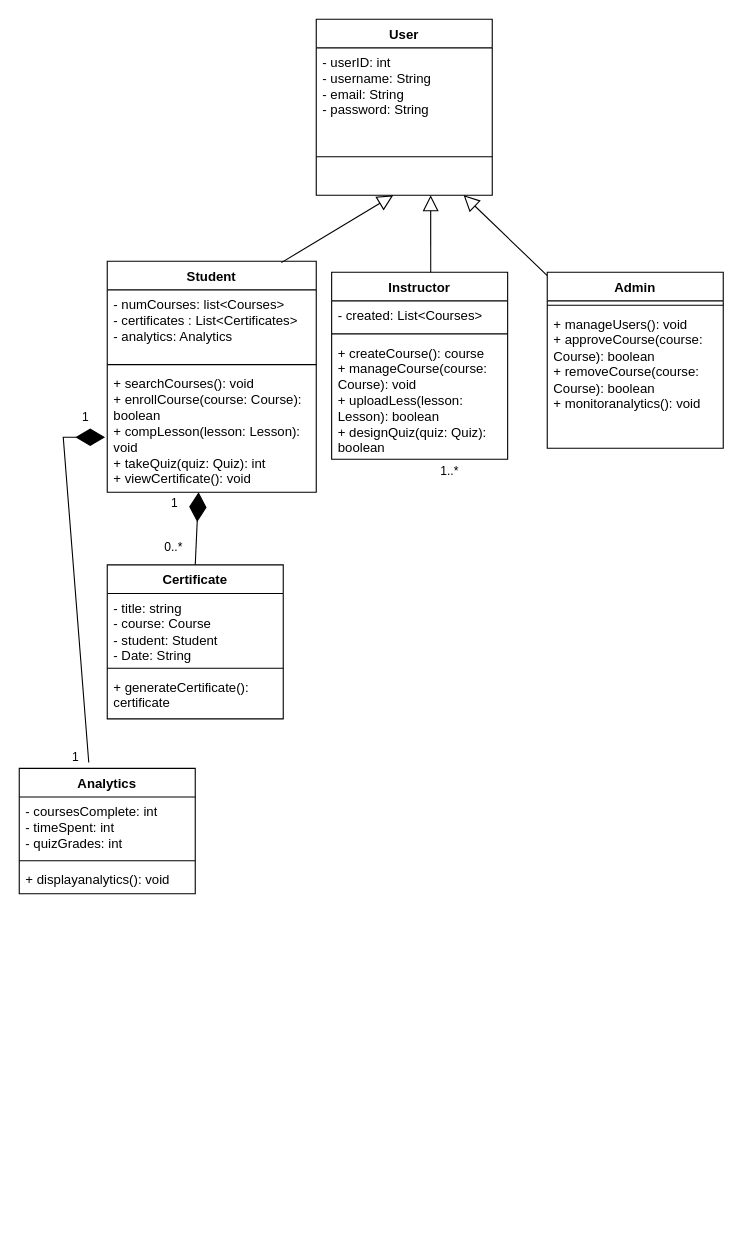
Above: Untitled Diagram.drawio in adhambasha1155/Uml (draw.io), before the change. Source tidied: cells renumbered, new cells numbered last; positions are measured from the earlier drawing's top-left corner, leaving out a move shared by most shapes. Both pictures are drawn from the tidied source at 110%, with x=0, y=0 at pixel (19, 19).
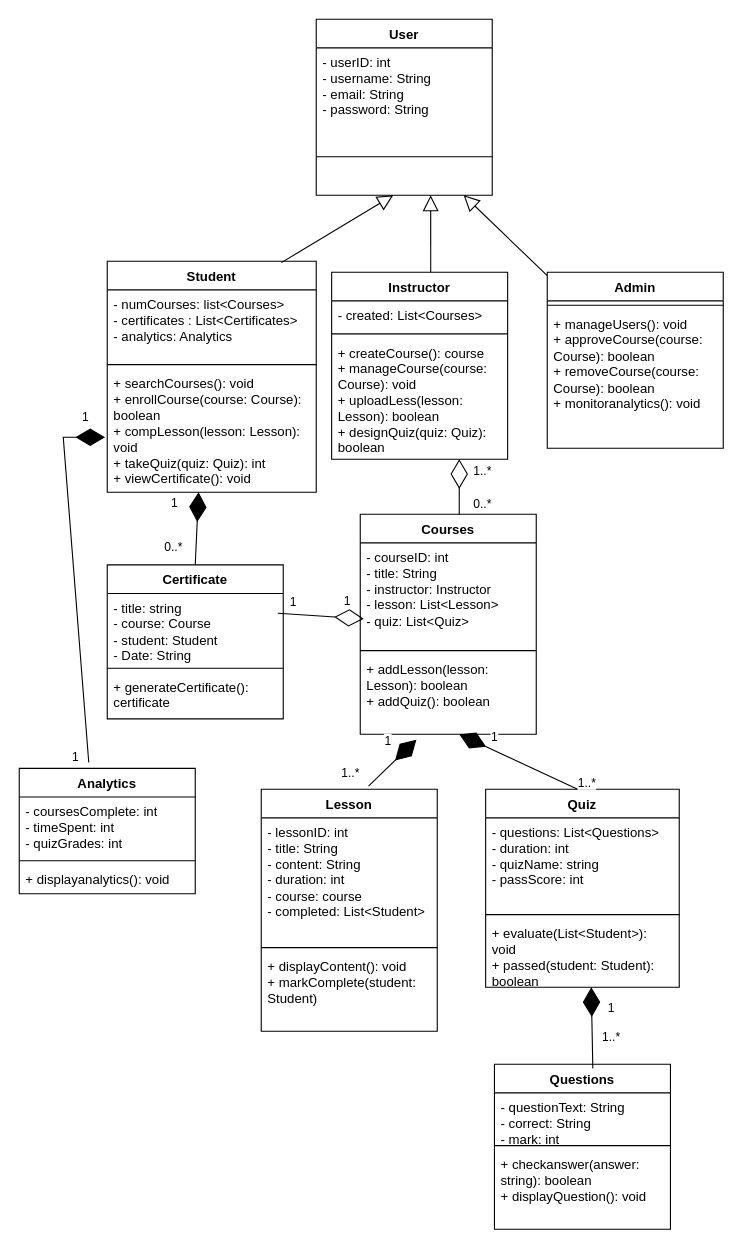
Above is the later version.

What changed in the source:
```diff
@@
-    <mxCell id="20" value="1..*" style="edgeLabel;html=1;align=center;verticalAlign=middle;" parent="1" vertex="1">
-      <mxGeometry x="390" y="410" as="geometry" />
-    </mxCell>
@@
+    <mxCell id="35" value="Courses" style="swimlane;fontStyle=1;align=center;verticalAlign=top;horizontal=1;startSize=26;whiteSpace=wrap;html=1;" parent="1" vertex="1">
+      <mxGeometry x="310" y="450" width="160" height="200" as="geometry" />
+    </mxCell>
+    <mxCell id="36" value="- courseID: int&lt;div&gt;- title: String&lt;/div&gt;&lt;div&gt;- instructor: Instructor&lt;/div&gt;&lt;div&gt;- lesson: List&amp;lt;Lesson&amp;gt;&lt;/div&gt;&lt;div&gt;- quiz: List&amp;lt;Quiz&amp;gt;&lt;/div&gt;" style="text;strokeColor=none;fillColor=none;align=left;verticalAlign=top;spacingLeft=4;spacingRight=4;overflow=hidden;points=[[0,0.5],[1,0.5]];portConstraint=eastwest;whiteSpace=wrap;html=1;" parent="35" vertex="1">
+      <mxGeometry y="26" width="160" height="94" as="geometry" />
+    </mxCell>
+    <mxCell id="37" style="line;strokeWidth=1;fillColor=none;align=left;verticalAlign=middle;spacingTop=-1;spacingLeft=3;spacingRight=3;labelPosition=right;strokeColor=inherit;" parent="35" vertex="1">
+      <mxGeometry y="120" width="160" height="8" as="geometry" />
+    </mxCell>
+    <mxCell id="38" value="+ addLesson(lesson: Lesson): boolean&lt;div&gt;+ addQuiz(): boolean&lt;/div&gt;" style="text;strokeColor=none;fillColor=none;align=left;verticalAlign=top;spacingLeft=4;spacingRight=4;overflow=hidden;whiteSpace=wrap;html=1;" parent="35" vertex="1">
+      <mxGeometry y="128" width="160" height="72" as="geometry" />
+    </mxCell>
+    <mxCell id="39" style="endArrow=diamondThin;endFill=0;endSize=24;html=1;rounded=0;" parent="35" edge="1">
+      <mxGeometry relative="1" as="geometry">
+        <mxPoint x="90" as="sourcePoint" />
+        <mxPoint x="90" y="-50" as="targetPoint" />
+      </mxGeometry>
+    </mxCell>
+    <mxCell id="40" value="1..*" style="edgeLabel;html=1;align=center;verticalAlign=middle;" parent="39" vertex="1">
+      <mxGeometry x="-0.07" y="-2" relative="1" as="geometry">
+        <mxPoint x="18" y="-17" as="offset" />
+      </mxGeometry>
+    </mxCell>
+    <mxCell id="41" value="0..*" style="edgeLabel;html=1;align=center;verticalAlign=middle;" parent="39" vertex="1">
+      <mxGeometry x="0.01" y="3" relative="1" as="geometry">
+        <mxPoint x="23" y="15" as="offset" />
+      </mxGeometry>
+    </mxCell>
+    <mxCell id="42" value="1" style="edgeLabel;html=1;align=center;verticalAlign=middle;" parent="1" vertex="1">
+      <mxGeometry x="334.5" y="655.7" as="geometry" />
+    </mxCell>
+    <mxCell id="43" style="endArrow=diamondThin;endFill=0;endSize=24;html=1;rounded=0;exitX=1;exitY=0.5;exitDx=0;exitDy=0;entryX=0.02;entryY=0.735;entryDx=0;entryDy=0;entryPerimeter=0;" parent="1" edge="1" target="36">
+      <mxGeometry relative="1" as="geometry">
+        <mxPoint x="235" y="540" as="sourcePoint" />
+      </mxGeometry>
+    </mxCell>
+    <mxCell id="44" value="1" style="edgeLabel;html=1;align=center;verticalAlign=middle;" parent="43" vertex="1">
+      <mxGeometry x="-0.06" relative="1" as="geometry">
+        <mxPoint x="-23" y="-13" as="offset" />
+      </mxGeometry>
+    </mxCell>
+    <mxCell id="45" value="1" style="edgeLabel;html=1;align=center;verticalAlign=middle;" parent="43" vertex="1">
+      <mxGeometry x="-0.55" y="4" relative="1" as="geometry">
+        <mxPoint x="44" y="-9" as="offset" />
+      </mxGeometry>
+    </mxCell>
+    <mxCell id="46" style="endArrow=diamondThin;endFill=1;endSize=24;html=1;rounded=0;entryX=0.382;entryY=1.075;entryDx=0;entryDy=0;entryPerimeter=0;exitX=0.547;exitY=-0.015;exitDx=0;exitDy=0;exitPerimeter=0;" parent="1" edge="1">
+      <mxGeometry relative="1" as="geometry">
+        <mxPoint x="317.5" y="697.2" as="sourcePoint" />
+        <mxPoint x="361" y="655" as="targetPoint" />
+      </mxGeometry>
+    </mxCell>
+    <mxCell id="47" value="1..*" style="edgeLabel;html=1;align=center;verticalAlign=middle;" parent="46" vertex="1">
+      <mxGeometry x="-0.41" relative="1" as="geometry">
+        <mxPoint x="-30" as="offset" />
+      </mxGeometry>
+    </mxCell>
+    <mxCell id="48" value="Quiz" style="swimlane;fontStyle=1;align=center;verticalAlign=top;horizontal=1;startSize=26;whiteSpace=wrap;html=1;" parent="1" vertex="1">
+      <mxGeometry x="424" y="700" width="176" height="180" as="geometry" />
+    </mxCell>
+    <mxCell id="49" value="- questions: List&amp;lt;Questions&amp;gt;&lt;div&gt;- duration: int&lt;/div&gt;&lt;div&gt;- quizName: string&lt;/div&gt;&lt;div&gt;- passScore: int&lt;/div&gt;" style="text;strokeColor=none;fillColor=none;align=left;verticalAlign=top;spacingLeft=4;spacingRight=4;overflow=hidden;whiteSpace=wrap;html=1;" parent="48" vertex="1">
+      <mxGeometry y="26" width="176" height="84" as="geometry" />
+    </mxCell>
+    <mxCell id="50" style="line;strokeWidth=1;fillColor=none;align=left;verticalAlign=middle;spacingTop=-1;spacingLeft=3;spacingRight=3;labelPosition=right;strokeColor=inherit;" parent="48" vertex="1">
+      <mxGeometry y="110" width="176" height="8" as="geometry" />
+    </mxCell>
+    <mxCell id="51" value="+ evaluate(List&amp;lt;Student&amp;gt;): void&lt;div&gt;+ passed(student: Student): boolean&lt;/div&gt;" style="text;strokeColor=none;fillColor=none;align=left;verticalAlign=top;spacingLeft=4;spacingRight=4;overflow=hidden;whiteSpace=wrap;html=1;" parent="48" vertex="1">
+      <mxGeometry y="118" width="176" height="62" as="geometry" />
+    </mxCell>
+    <mxCell id="52" style="endArrow=diamondThin;endFill=1;endSize=24;html=1;rounded=0;exitX=0.475;exitY=0;exitDx=0;exitDy=0;exitPerimeter=0;entryX=0.625;entryY=1;entryDx=0;entryDy=0;entryPerimeter=0;" parent="1" edge="1" source="48">
+      <mxGeometry relative="1" as="geometry">
+        <mxPoint x="400" y="650" as="targetPoint" />
+      </mxGeometry>
+    </mxCell>
+    <mxCell id="53" value="1..*" style="edgeLabel;html=1;align=center;verticalAlign=middle;" parent="52" vertex="1">
+      <mxGeometry x="-0.41" relative="1" as="geometry">
+        <mxPoint x="40" y="8" as="offset" />
+      </mxGeometry>
+    </mxCell>
+    <mxCell id="54" value="1" style="edgeLabel;html=1;align=center;verticalAlign=middle;" parent="52" vertex="1">
+      <mxGeometry x="0.17" y="-1" relative="1" as="geometry">
+        <mxPoint x="-14" y="-18" as="offset" />
+      </mxGeometry>
+    </mxCell>
+    <mxCell id="55" value="Lesson" style="swimlane;fontStyle=1;align=center;verticalAlign=top;horizontal=1;startSize=26;whiteSpace=wrap;html=1;" parent="1" vertex="1">
+      <mxGeometry x="220" y="700" width="160" height="220" as="geometry" />
+    </mxCell>
+    <mxCell id="56" value="- lessonID: int&lt;div&gt;- title: String&lt;/div&gt;&lt;div&gt;- content: String&lt;/div&gt;&lt;div&gt;- duration: int&lt;/div&gt;&lt;div&gt;- course: course&lt;/div&gt;&lt;div&gt;- completed: List&amp;lt;Student&amp;gt;&lt;/div&gt;" style="text;strokeColor=none;fillColor=none;align=left;verticalAlign=top;spacingLeft=4;spacingRight=4;overflow=hidden;whiteSpace=wrap;html=1;" parent="55" vertex="1">
+      <mxGeometry y="26" width="160" height="114" as="geometry" />
+    </mxCell>
+    <mxCell id="57" style="line;strokeWidth=1;fillColor=none;align=left;verticalAlign=middle;spacingTop=-1;spacingLeft=3;spacingRight=3;labelPosition=right;strokeColor=inherit;" parent="55" vertex="1">
+      <mxGeometry y="140" width="160" height="8" as="geometry" />
+    </mxCell>
+    <mxCell id="58" value="+ displayContent(): void&lt;div&gt;+ markComplete(student: Student)&lt;br&gt;&lt;div&gt;&lt;br&gt;&lt;/div&gt;&lt;/div&gt;" style="text;strokeColor=none;fillColor=none;align=left;verticalAlign=top;spacingLeft=4;spacingRight=4;overflow=hidden;whiteSpace=wrap;html=1;" parent="55" vertex="1">
+      <mxGeometry y="148" width="160" height="72" as="geometry" />
+    </mxCell>
+    <mxCell id="59" value="Questions" style="swimlane;fontStyle=1;align=center;verticalAlign=top;horizontal=1;startSize=26;whiteSpace=wrap;html=1;" parent="1" vertex="1">
+      <mxGeometry x="432" y="950" width="160" height="150" as="geometry" />
+    </mxCell>
+    <mxCell id="60" value="- questionText: String&lt;div&gt;- correct: String&lt;/div&gt;&lt;div&gt;- mark: int&lt;/div&gt;" style="text;strokeColor=none;fillColor=none;align=left;verticalAlign=top;spacingLeft=4;spacingRight=4;overflow=hidden;whiteSpace=wrap;html=1;" parent="59" vertex="1">
+      <mxGeometry y="26" width="160" height="44" as="geometry" />
+    </mxCell>
+    <mxCell id="61" style="line;strokeWidth=1;fillColor=none;align=left;verticalAlign=middle;spacingTop=-1;spacingLeft=3;spacingRight=3;labelPosition=right;strokeColor=inherit;" parent="59" vertex="1">
+      <mxGeometry y="70" width="160" height="8" as="geometry" />
+    </mxCell>
+    <mxCell id="62" value="+ checkanswer(answer: string): boolean&lt;div&gt;+ displayQuestion(): void&lt;/div&gt;" style="text;strokeColor=none;fillColor=none;align=left;verticalAlign=top;spacingLeft=4;spacingRight=4;overflow=hidden;whiteSpace=wrap;html=1;" parent="59" vertex="1">
+      <mxGeometry y="78" width="160" height="72" as="geometry" />
+    </mxCell>
+    <mxCell id="63" style="endArrow=diamondThin;endFill=1;endSize=24;html=1;rounded=0;exitX=0.559;exitY=0.025;exitDx=0;exitDy=0;exitPerimeter=0;" parent="1" edge="1" source="59">
+      <mxGeometry relative="1" as="geometry">
+        <mxPoint x="520" y="880" as="targetPoint" />
+      </mxGeometry>
+    </mxCell>
+    <mxCell id="64" value="1" style="edgeLabel;html=1;align=center;verticalAlign=middle;" parent="63" vertex="1">
+      <mxGeometry x="0.38" y="-5" relative="1" as="geometry">
+        <mxPoint x="12" y="-4" as="offset" />
+      </mxGeometry>
+    </mxCell>
+    <mxCell id="65" value="1..*" style="edgeLabel;html=1;align=center;verticalAlign=middle;" parent="63" vertex="1">
+      <mxGeometry x="-0.22" y="2" relative="1" as="geometry">
+        <mxPoint x="19" as="offset" />
+      </mxGeometry>
+    </mxCell>
```
